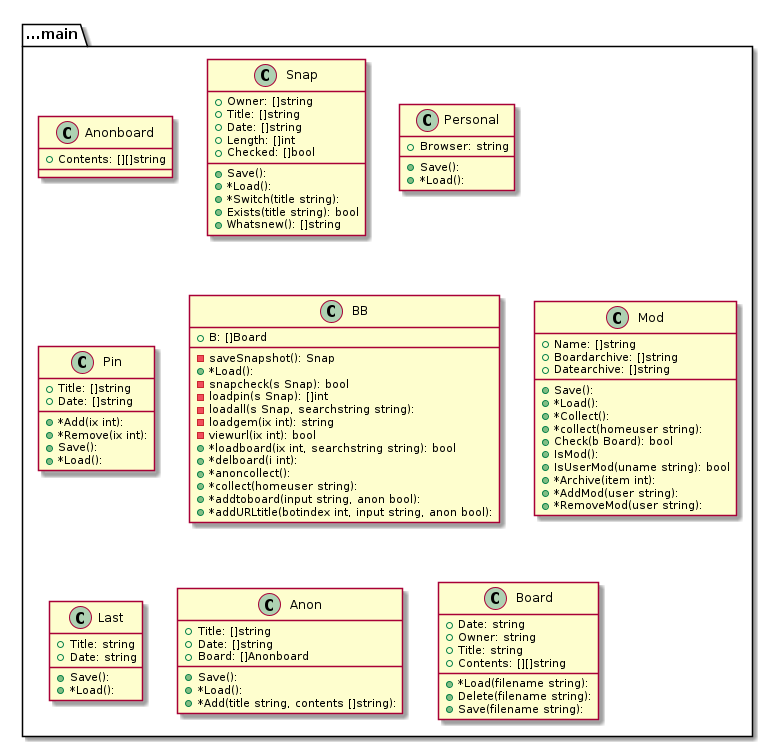
Earlier version of the PlantUML export graph.png (tbal999/bb).
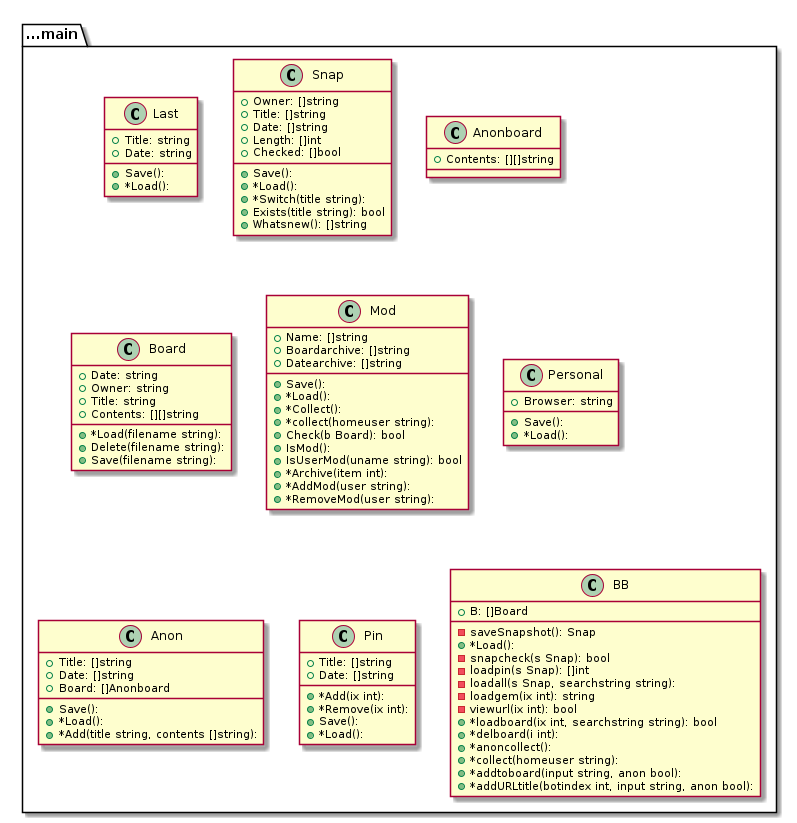
Above is the later version.

Diff of the diagram source:
```diff
@@ -1,8 +1,10 @@
 @startuml
 package ...main{
-class Anonboard {
-+Contents: [][]string
-
+class Last {
++Title: string
++Date: string
++Save():
++*Load():
 }
 }
 package ...main{
@@ -20,10 +22,54 @@
 }
 }
 package ...main{
+class Anonboard {
++Contents: [][]string
+
+}
+}
+package ...main{
+class Board {
++Date: string
++Owner: string
++Title: string
++Contents: [][]string
++*Load(filename string):
++Delete(filename string):
++Save(filename string):
+}
+}
+package ...main{
+class Mod {
++Name: []string
++Boardarchive: []string
++Datearchive: []string
++Save():
++*Load():
++*Collect():
++*collect(homeuser string):
++Check(b Board): bool
++IsMod():
++IsUserMod(uname string): bool
++*Archive(item int):
++*AddMod(user string):
++*RemoveMod(user string):
+}
+}
+package ...main{
 class Personal {
 +Browser: string
 +Save():
 +*Load():
+}
+}
+package ...main{
+class Anon {
++Title: []string
++Date: []string
++Board: []Anonboard
++Save():
++*Load():
++*Add(title string, contents []string):
 }
 }
 package ...main{
@@ -54,51 +100,5 @@
 +*addURLtitle(botindex int, input string, anon bool):
 }
 }
-package ...main{
-class Mod {
-+Name: []string
-+Boardarchive: []string
-+Datearchive: []string
-+Save():
-+*Load():
-+*Collect():
-+*collect(homeuser string):
-+Check(b Board): bool
-+IsMod():
-+IsUserMod(uname string): bool
-+*Archive(item int):
-+*AddMod(user string):
-+*RemoveMod(user string):
-}
-}
-package ...main{
-class Last {
-+Title: string
-+Date: string
-+Save():
-+*Load():
-}
-}
-package ...main{
-class Anon {
-+Title: []string
-+Date: []string
-+Board: []Anonboard
-+Save():
-+*Load():
-+*Add(title string, contents []string):
-}
-}
-package ...main{
-class Board {
-+Date: string
-+Owner: string
-+Title: string
-+Contents: [][]string
-+*Load(filename string):
-+Delete(filename string):
-+Save(filename string):
-}
-}
 
 @enduml
```
